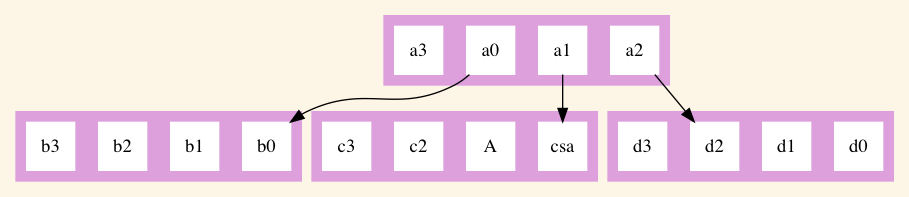
Before: DotExamples/btree.png, a diagram exported from Graphviz (arafatkatze/DataViz). Its source is kept beside it as DotExamples/btree.dot.
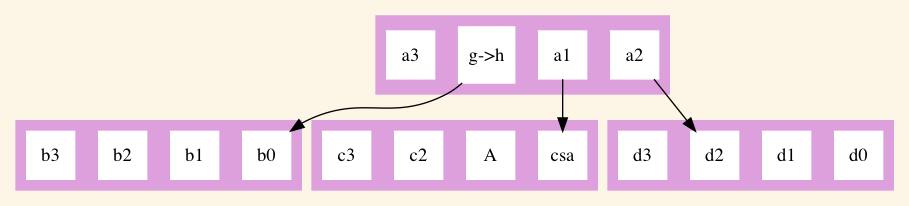
After the commit.

Diff of the diagram source:
```diff
@@ -4,7 +4,7 @@
 		style=filled;
 		color=plum;
 		node [style=filled,color=white, shape="Msquare"];
-		a0;
+		a0[label="g->h"];
 		a1;
 		a2;
 		a3;
```
